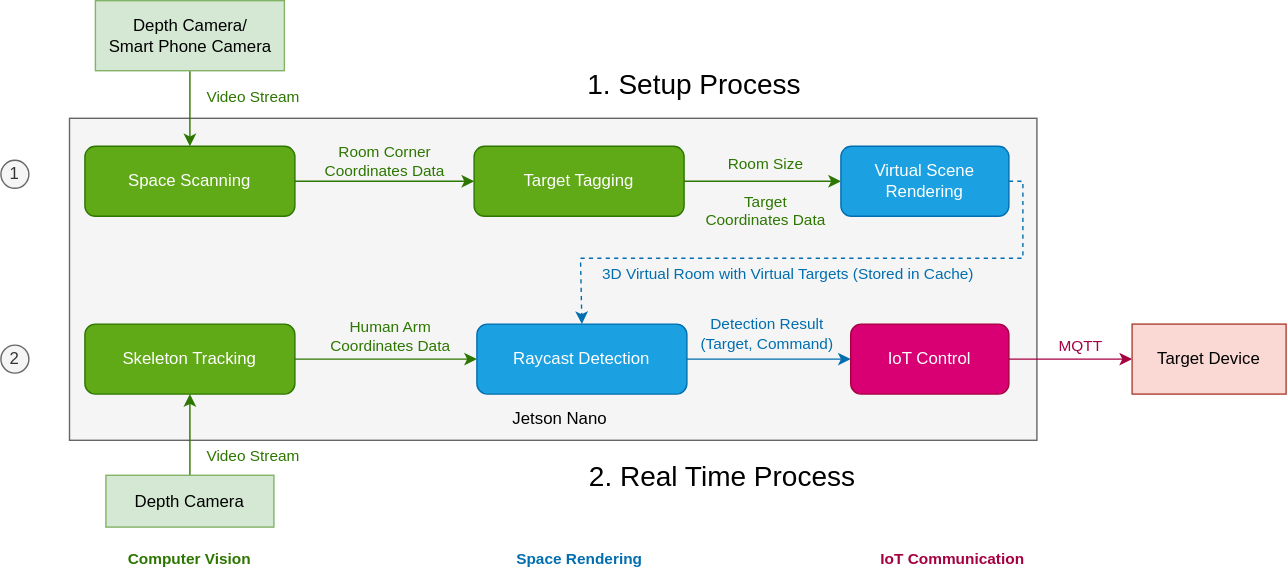
Before: doc/flow.drawio.svg, a diagram exported from draw.io (acejarvis/pose). Source tidied: cells renumbered, new cells last; positions are measured from the earlier drawing's top-left corner, leaving out a move shared by most shapes.
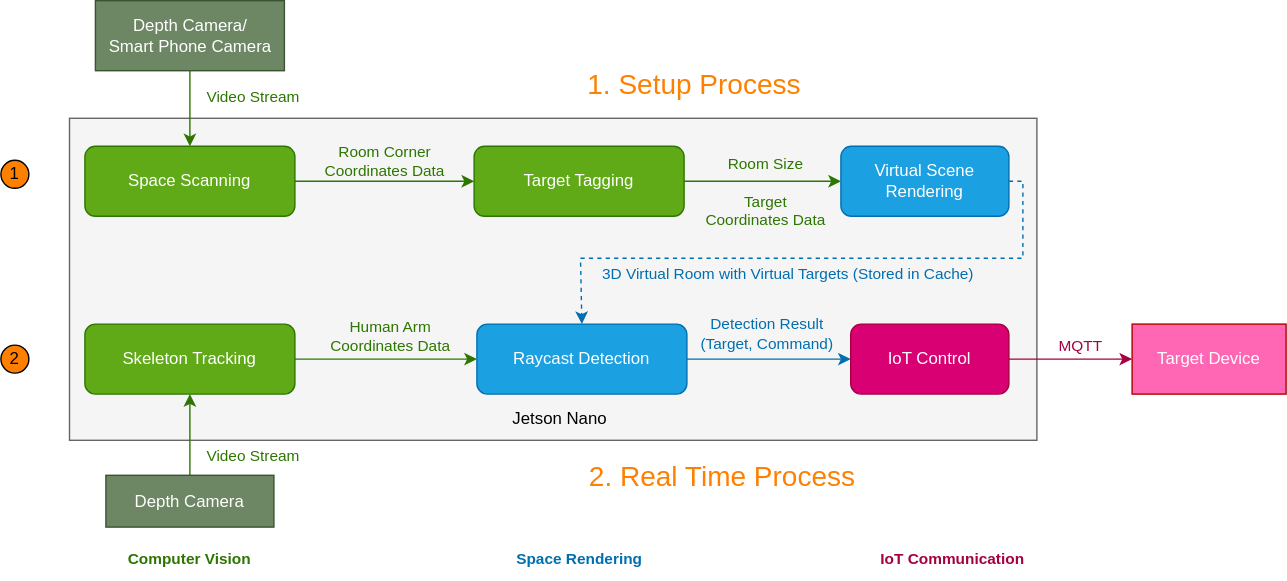
Above is the later version.

Commit message:
updated architecture graph

The edit, as a diff of the source:
```diff
@@ -83,7 +83,7 @@
         <mxPoint x="135" y="45" as="sourcePoint" />
       </mxGeometry>
     </mxCell>
-    <mxCell id="22" value="Depth Camera/ &lt;br&gt;Smart Phone Camera" style="rounded=0;whiteSpace=wrap;html=1;labelBackgroundColor=none;fillColor=#d5e8d4;strokeColor=#82b366;" parent="1" vertex="1">
+    <mxCell id="22" value="Depth Camera/ &lt;br&gt;Smart Phone Camera" style="rounded=0;whiteSpace=wrap;html=1;labelBackgroundColor=none;fillColor=#6d8764;strokeColor=#3A5431;fontColor=#ffffff;" parent="1" vertex="1">
       <mxGeometry x="67.5" width="135" height="50" as="geometry" />
     </mxCell>
     <mxCell id="23" value="Video Stream" style="edgeStyle=orthogonalEdgeStyle;rounded=0;jettySize=auto;html=1;exitX=0.5;exitY=0;exitDx=0;exitDy=0;labelBackgroundColor=none;fillColor=#60a917;strokeColor=#2D7600;fontColor=#2D7600;entryX=0.5;entryY=1;entryDx=0;entryDy=0;" parent="1" edge="1" target="14">
@@ -91,16 +91,16 @@
         <mxPoint x="135" y="340" as="sourcePoint" />
       </mxGeometry>
     </mxCell>
-    <mxCell id="24" value="Depth Camera" style="rounded=0;whiteSpace=wrap;html=1;labelBackgroundColor=none;fillColor=#d5e8d4;strokeColor=#82b366;" parent="1" vertex="1">
+    <mxCell id="24" value="Depth Camera" style="rounded=0;whiteSpace=wrap;html=1;labelBackgroundColor=none;fillColor=#6d8764;strokeColor=#3A5431;fontColor=#ffffff;" parent="1" vertex="1">
       <mxGeometry x="75" y="339" width="120" height="37" as="geometry" />
     </mxCell>
-    <mxCell id="25" value="Target Device" style="rounded=0;whiteSpace=wrap;html=1;labelBackgroundColor=none;fillColor=#fad9d5;strokeColor=#ae4132;" parent="1" vertex="1">
+    <mxCell id="25" value="Target Device" style="rounded=0;whiteSpace=wrap;html=1;labelBackgroundColor=none;strokeColor=#B20000;fontColor=#ffffff;fillColor=#FF66B3;" parent="1" vertex="1">
       <mxGeometry x="808" y="231" width="110" height="50" as="geometry" />
     </mxCell>
-    <mxCell id="26" value="&lt;span style=&quot;font-weight: normal&quot;&gt;1. Setup Process&lt;/span&gt;" style="text;html=1;align=center;verticalAlign=middle;strokeColor=none;fillColor=none;fontSize=20;fontStyle=1;" parent="1" vertex="1">
+    <mxCell id="26" value="&lt;span style=&quot;font-weight: normal&quot;&gt;1. Setup Process&lt;/span&gt;" style="text;html=1;align=center;verticalAlign=middle;fontSize=20;fontStyle=1;fontColor=#FF8000;" parent="1" vertex="1">
       <mxGeometry x="410" y="44" width="170" height="30" as="geometry" />
     </mxCell>
-    <mxCell id="27" value="&lt;span style=&quot;font-weight: normal&quot;&gt;2. Real Time Process&lt;/span&gt;" style="text;html=1;align=center;verticalAlign=middle;strokeColor=none;fillColor=none;fontSize=20;fontStyle=1;" parent="1" vertex="1">
+    <mxCell id="27" value="&lt;span style=&quot;font-weight: normal&quot;&gt;2. Real Time Process&lt;/span&gt;" style="text;html=1;align=center;verticalAlign=middle;strokeColor=none;fillColor=none;fontSize=20;fontStyle=1;fontColor=#FF8000;" parent="1" vertex="1">
       <mxGeometry x="410" y="324" width="210" height="30" as="geometry" />
     </mxCell>
     <mxCell id="28" value="&lt;font&gt;&lt;b&gt;Computer Vision&lt;/b&gt;&lt;/font&gt;" style="text;html=1;align=center;verticalAlign=middle;whiteSpace=wrap;rounded=0;labelBackgroundColor=none;fontSize=11;fontColor=#2D7600;" parent="1" vertex="1">
@@ -112,10 +112,10 @@
     <mxCell id="30" value="&lt;b&gt;IoT Communication&lt;/b&gt;" style="text;html=1;strokeColor=none;fillColor=none;align=center;verticalAlign=middle;whiteSpace=wrap;rounded=0;labelBackgroundColor=none;fontSize=11;fontColor=#A50040;" parent="1" vertex="1">
       <mxGeometry x="620" y="384" width="120" height="30" as="geometry" />
     </mxCell>
-    <mxCell id="31" value="1" style="ellipse;whiteSpace=wrap;html=1;fillColor=#f5f5f5;strokeColor=#666666;fontColor=#333333;" parent="1" vertex="1">
+    <mxCell id="31" value="1" style="ellipse;whiteSpace=wrap;html=1;fillColor=#FF8000;" parent="1" vertex="1">
       <mxGeometry y="114" width="20" height="20" as="geometry" />
     </mxCell>
-    <mxCell id="32" value="2" style="ellipse;whiteSpace=wrap;html=1;fillColor=#f5f5f5;strokeColor=#666666;fontColor=#333333;" parent="1" vertex="1">
+    <mxCell id="32" value="2" style="ellipse;whiteSpace=wrap;html=1;fillColor=#FF8000;" parent="1" vertex="1">
       <mxGeometry y="246" width="20" height="20" as="geometry" />
     </mxCell>
     <mxCell id="33" value="Jetson Nano" style="text;html=1;strokeColor=none;fillColor=none;align=center;verticalAlign=middle;whiteSpace=wrap;rounded=0;" parent="1" vertex="1">
```
